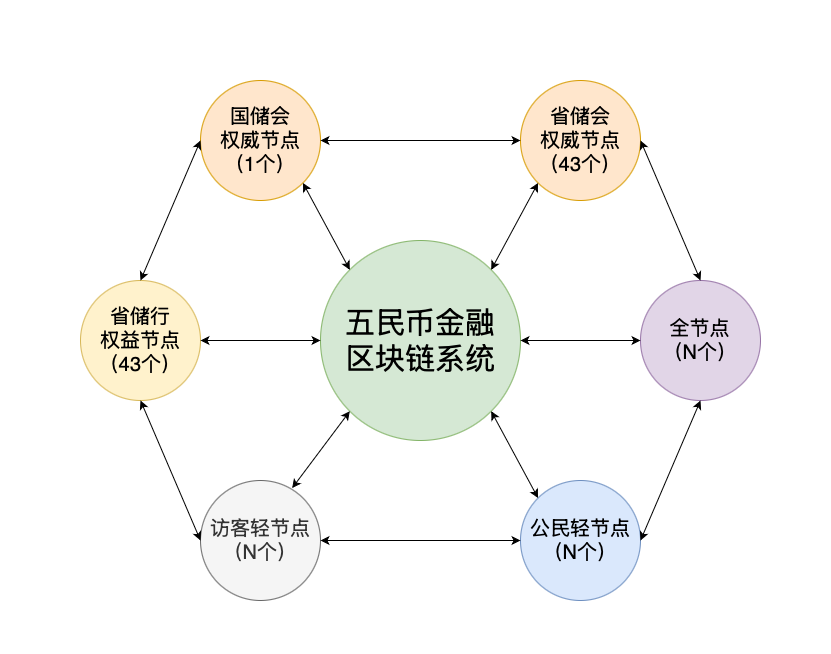
Earlier version of the draw.io export 文档库/节点图.png (wumindang/WMB). Source tidied: cells renumbered, new cells last; positions are measured from the earlier drawing's top-left corner, leaving out a move shared by most shapes.
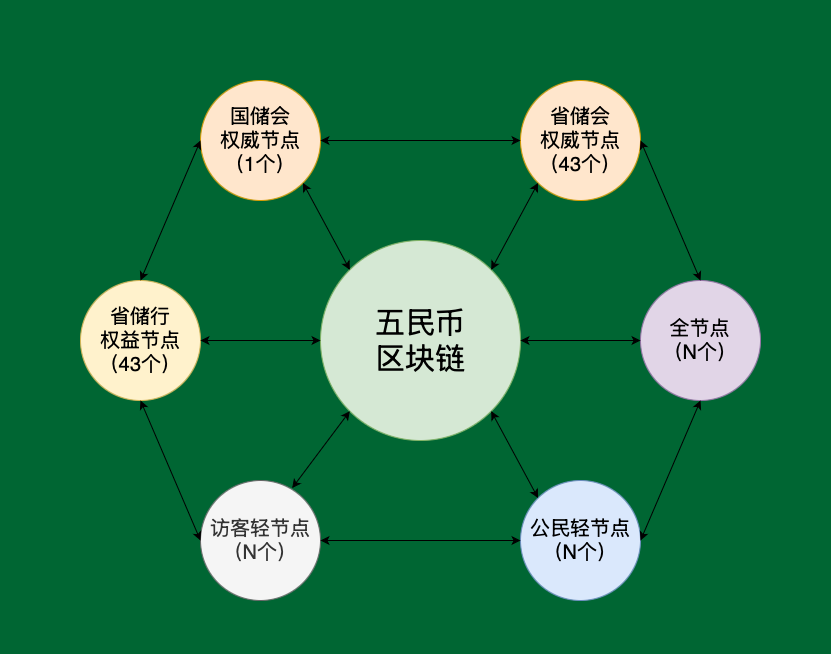
The same file after the commit.

The edit, as a diff of the source:
```diff
@@ -1,8 +1,11 @@
-<mxGraphModel background="#FFFFFF">
+<mxGraphModel background="#006633">
   <root>
     <mxCell id="0" />
     <mxCell id="1" parent="0" />
+    <mxCell id="23" style="rounded=1;whiteSpace=wrap;html=1;strokeColor=none;fillColor=none;" parent="1" vertex="1">
+      <mxGeometry x="60" y="40" width="740" height="590" as="geometry" />
+    </mxCell>
-    <mxCell id="2" value="五民币金融&lt;div&gt;区块链系统&lt;/div&gt;" style="ellipse;whiteSpace=wrap;html=1;fillColor=#d5e8d4;strokeColor=#82b366;fontSize=30;" parent="1" vertex="1">
+    <mxCell id="2" value="五民币&lt;div&gt;区块链&lt;/div&gt;" style="ellipse;whiteSpace=wrap;html=1;fillColor=#d5e8d4;strokeColor=#82b366;fontSize=30;" parent="1" vertex="1">
       <mxGeometry x="320" y="240" width="200" height="200" as="geometry" />
     </mxCell>
     <mxCell id="3" value="省储会&lt;div&gt;权威节点&lt;div&gt;（43个）&lt;/div&gt;&lt;/div&gt;" style="ellipse;whiteSpace=wrap;html=1;fontSize=20;fillColor=#ffe6cc;strokeColor=#d79b00;" parent="1" vertex="1">
```
